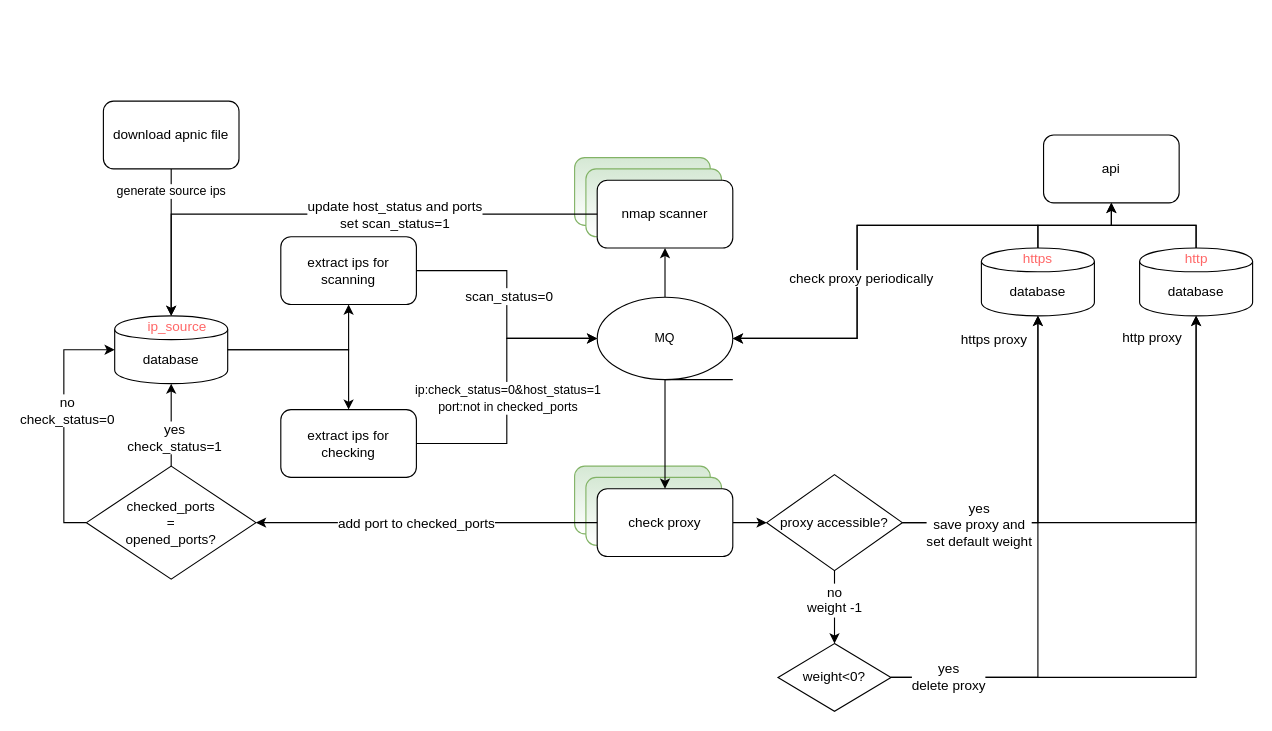
This is files/flow.drawio from bjjdkp/Proxies-Pool, a draw.io file, before an edit. Source tidied: cells renumbered, new cells numbered last; positions are measured from the earlier drawing's top-left corner, leaving out a move shared by most shapes. Both pictures are drawn from the tidied source at 113%, with x=0, y=0 at pixel (86, 101).
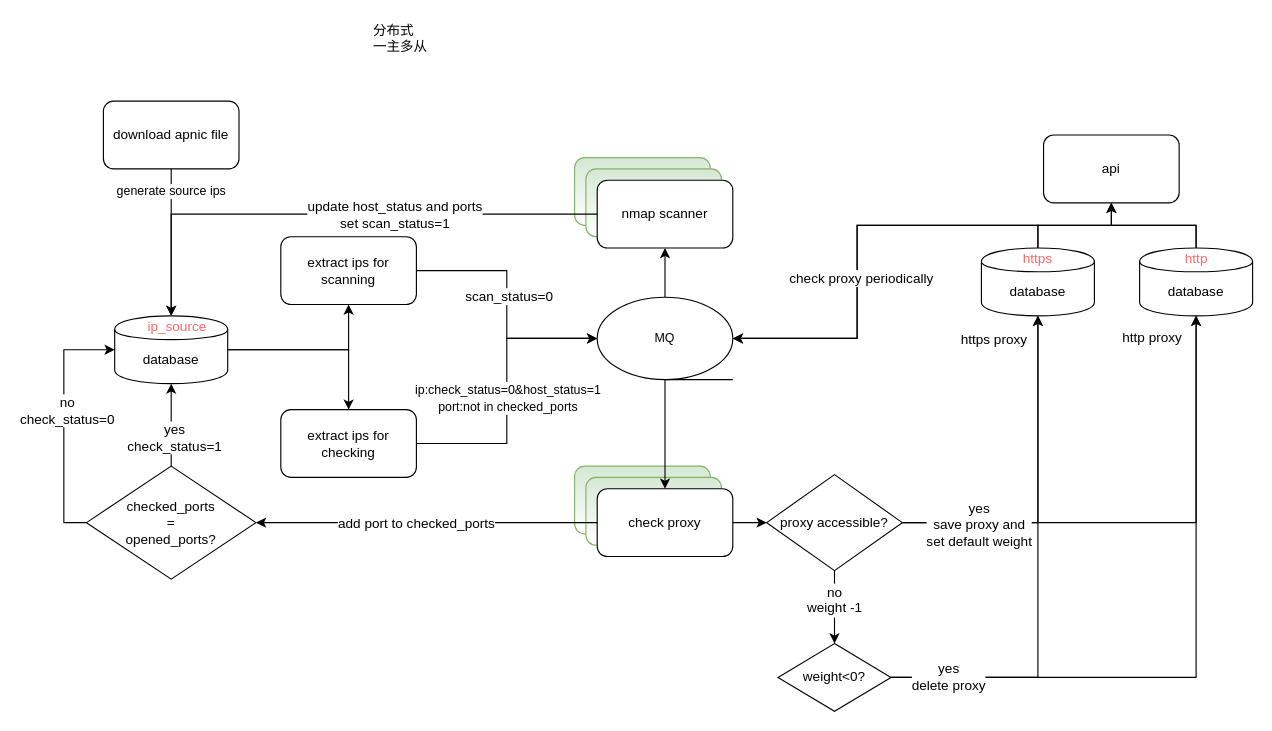
The same diagram, later.

Commit message:
update flow chart

What changed in the source:
```diff
@@
+    <mxCell id="64" value="分布式&lt;br&gt;一主多从&lt;br&gt;&amp;nbsp;" style="text;html=1;align=left;verticalAlign=top;spacingTop=-4;" parent="1" vertex="1">
+      <mxGeometry x="252" y="-72" width="60" height="40" as="geometry" />
+    </mxCell>
```
